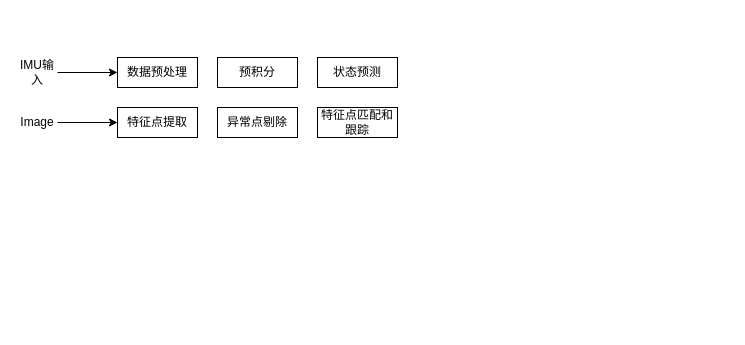
The draw.io diagram slam_design.drawio in sunbingfeng/draw_sketches, before the edit. Source tidied: cells renumbered, new cells numbered last; positions are measured from the earlier drawing's top-left corner, leaving out a move shared by most shapes. Both pictures are drawn from the tidied source at 100%, with x=0, y=0 at pixel (17, 57).
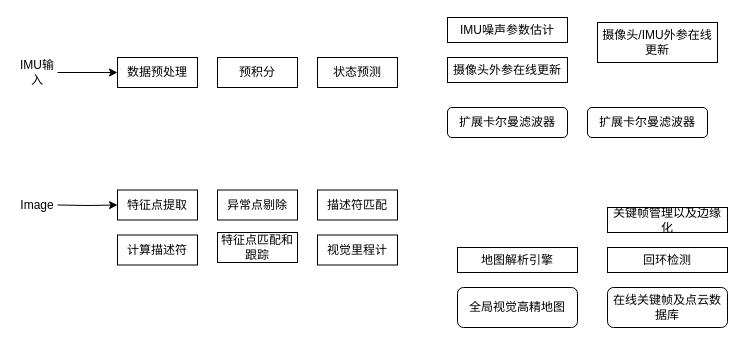
The same page after the edit.

The edit, as a diff of the source:
```diff
@@
     <mxCell id="7" value="特征点提取" style="rounded=0;whiteSpace=wrap;html=1;" parent="1" vertex="1">
-      <mxGeometry x="100" y="50" width="80" height="30" as="geometry" />
+      <mxGeometry x="100" y="132.5" width="80" height="30" as="geometry" />
     </mxCell>
     <mxCell id="8" value="异常点剔除" style="rounded=0;whiteSpace=wrap;html=1;" parent="1" vertex="1">
-      <mxGeometry x="200" y="50" width="80" height="30" as="geometry" />
+      <mxGeometry x="200" y="132.5" width="80" height="30" as="geometry" />
     </mxCell>
-    <mxCell id="9" style="edgeStyle=orthogonalEdgeStyle;rounded=0;jettySize=auto;html=1;exitX=1;exitY=0.5;exitDx=0;exitDy=0;entryX=0;entryY=0.5;entryDx=0;entryDy=0;" parent="1" edge="1" source="10" target="7">
-      <mxGeometry relative="1" as="geometry" />
+    <mxCell id="9" style="edgeStyle=orthogonalEdgeStyle;rounded=0;jettySize=auto;html=1;exitX=1;exitY=0.5;exitDx=0;exitDy=0;entryX=0;entryY=0.5;entryDx=0;entryDy=0;" parent="1" edge="1" target="7">
+      <mxGeometry relative="1" as="geometry">
+        <mxPoint x="40" y="147.5" as="sourcePoint" />
+      </mxGeometry>
     </mxCell>
     <mxCell id="10" value="Image" style="text;html=1;strokeColor=none;fillColor=none;align=center;verticalAlign=middle;whiteSpace=wrap;rounded=0;" parent="1" vertex="1">
-      <mxGeometry y="55" width="40" height="20" as="geometry" />
+      <mxGeometry y="137.5" width="40" height="20" as="geometry" />
     </mxCell>
     <mxCell id="11" value="特征点匹配和跟踪" style="rounded=0;whiteSpace=wrap;html=1;" parent="1" vertex="1">
-      <mxGeometry x="300" y="50" width="80" height="30" as="geometry" />
+      <mxGeometry x="200" y="175" width="80" height="30" as="geometry" />
     </mxCell>
+    <mxCell id="12" value="全局视觉高精地图" style="rounded=1;whiteSpace=wrap;html=1;" parent="1" vertex="1">
+      <mxGeometry x="440" y="230" width="120" height="40" as="geometry" />
+    </mxCell>
+    <mxCell id="13" value="在线关键帧及点云数据库" style="rounded=1;whiteSpace=wrap;html=1;" parent="1" vertex="1">
+      <mxGeometry x="590" y="230" width="120" height="40" as="geometry" />
+    </mxCell>
+    <mxCell id="14" value="回环检测" style="rounded=0;whiteSpace=wrap;html=1;" parent="1" vertex="1">
+      <mxGeometry x="590" y="190" width="120" height="25" as="geometry" />
+    </mxCell>
+    <mxCell id="15" value="地图解析引擎" style="rounded=0;whiteSpace=wrap;html=1;" parent="1" vertex="1">
+      <mxGeometry x="440" y="190" width="120" height="25" as="geometry" />
+    </mxCell>
+    <mxCell id="16" value="关键帧管理以及边缘化" style="rounded=0;whiteSpace=wrap;html=1;" parent="1" vertex="1">
+      <mxGeometry x="590" y="150" width="120" height="25" as="geometry" />
+    </mxCell>
+    <mxCell id="17" value="IMU噪声参数估计" style="rounded=0;whiteSpace=wrap;html=1;" parent="1" vertex="1">
+      <mxGeometry x="430" y="-40" width="120" height="25" as="geometry" />
+    </mxCell>
+    <mxCell id="18" value="描述符匹配" style="rounded=0;whiteSpace=wrap;html=1;" parent="1" vertex="1">
+      <mxGeometry x="300" y="132.5" width="80" height="30" as="geometry" />
+    </mxCell>
+    <mxCell id="19" value="视觉里程计" style="rounded=0;whiteSpace=wrap;html=1;" parent="1" vertex="1">
+      <mxGeometry x="300" y="177.5" width="80" height="30" as="geometry" />
+    </mxCell>
+    <mxCell id="20" value="计算描述符" style="rounded=0;whiteSpace=wrap;html=1;" parent="1" vertex="1">
+      <mxGeometry x="100" y="177.5" width="80" height="30" as="geometry" />
+    </mxCell>
+    <mxCell id="21" value="摄像头外参在线更新" style="rounded=0;whiteSpace=wrap;html=1;" parent="1" vertex="1">
+      <mxGeometry x="430" width="120" height="25" as="geometry" />
+    </mxCell>
+    <mxCell id="22" value="摄像头/IMU外参在线更新" style="rounded=0;whiteSpace=wrap;html=1;" parent="1" vertex="1">
+      <mxGeometry x="580" y="-35" width="120" height="40" as="geometry" />
+    </mxCell>
+    <mxCell id="23" value="扩展卡尔曼滤波器" style="rounded=1;whiteSpace=wrap;html=1;" parent="1" vertex="1">
+      <mxGeometry x="430" y="50" width="120" height="30" as="geometry" />
+    </mxCell>
+    <mxCell id="24" value="扩展卡尔曼滤波器" style="rounded=1;whiteSpace=wrap;html=1;" parent="1" vertex="1">
+      <mxGeometry x="570" y="50" width="120" height="30" as="geometry" />
+    </mxCell>
```
